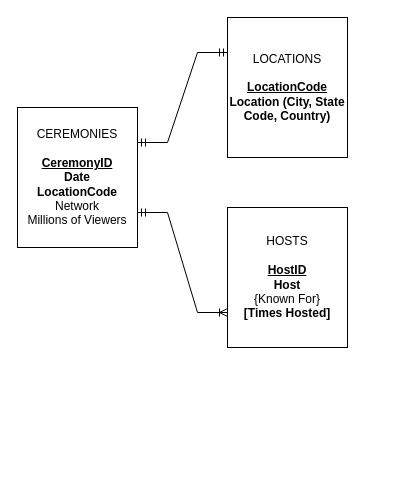
The draw.io diagram page "Question 2" (2 of 2) of Morrow_Homework1_Final.drawio in ryan-j-morrow/BAIS-3200-Database-Management, before the edit. Source tidied: cells renumbered, new cells numbered last; positions are measured from the earlier drawing's top-left corner, leaving out a move shared by most shapes. Both pictures are drawn from the tidied source at 100%, with x=0, y=0 at pixel (17, 17).
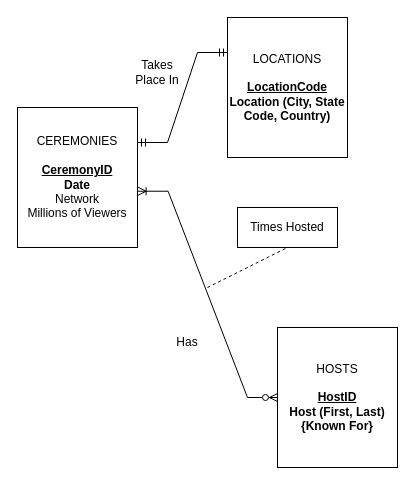
Above is the later version.

Diff of the diagram source:
```diff
@@
 <mxGraphModel>
   <root>
     <mxCell id="0" />
     <mxCell id="1" parent="0" />
-    <mxCell id="2" value="&lt;div&gt;CEREMONIES&lt;/div&gt;&lt;div&gt;&lt;br&gt;&lt;/div&gt;&lt;div&gt;&lt;u&gt;&lt;b&gt;CeremonyID&lt;/b&gt;&lt;/u&gt;&lt;/div&gt;&lt;div&gt;&lt;b&gt;Date&lt;/b&gt;&lt;/div&gt;&lt;div&gt;&lt;b&gt;LocationCode&lt;/b&gt;&lt;/div&gt;&lt;div&gt;Network&lt;/div&gt;&lt;div&gt;Millions of Viewers&lt;/div&gt;" style="whiteSpace=wrap;html=1;align=center;" parent="1" vertex="1">
+    <mxCell id="2" value="&lt;div&gt;CEREMONIES&lt;/div&gt;&lt;div&gt;&lt;br&gt;&lt;/div&gt;&lt;div&gt;&lt;u&gt;&lt;b&gt;CeremonyID&lt;/b&gt;&lt;/u&gt;&lt;/div&gt;&lt;div&gt;&lt;b&gt;Date&lt;/b&gt;&lt;/div&gt;&lt;div&gt;Network&lt;/div&gt;&lt;div&gt;Millions of Viewers&lt;/div&gt;" style="whiteSpace=wrap;html=1;align=center;" parent="1" vertex="1">
       <mxGeometry y="90" width="120" height="140" as="geometry" />
     </mxCell>
     <mxCell id="3" value="&lt;div&gt;LOCATIONS&lt;/div&gt;&lt;div&gt;&lt;u style=&quot;background-color: initial;&quot;&gt;&lt;b&gt;&lt;br&gt;&lt;/b&gt;&lt;/u&gt;&lt;/div&gt;&lt;div&gt;&lt;u style=&quot;background-color: initial;&quot;&gt;&lt;b&gt;LocationCode&lt;/b&gt;&lt;/u&gt;&lt;/div&gt;&lt;div&gt;&lt;b&gt;Location (City, State Code, Country)&lt;/b&gt;&lt;/div&gt;" style="whiteSpace=wrap;html=1;align=center;" parent="1" vertex="1">
       <mxGeometry x="210" width="120" height="140" as="geometry" />
     </mxCell>
-    <mxCell id="4" value="&lt;div&gt;HOSTS&lt;/div&gt;&lt;div&gt;&lt;br&gt;&lt;/div&gt;&lt;div&gt;&lt;u&gt;&lt;b&gt;HostID&lt;/b&gt;&lt;/u&gt;&lt;/div&gt;&lt;div&gt;&lt;b&gt;Host&lt;/b&gt;&lt;/div&gt;&lt;div&gt;{Known For}&lt;/div&gt;&lt;div&gt;&lt;b&gt;[Times Hosted]&lt;/b&gt;&lt;/div&gt;" style="whiteSpace=wrap;html=1;align=center;" parent="1" vertex="1">
-      <mxGeometry x="210" y="190" width="120" height="140" as="geometry" />
+    <mxCell id="4" value="&lt;div&gt;HOSTS&lt;/div&gt;&lt;div&gt;&lt;br&gt;&lt;/div&gt;&lt;div&gt;&lt;u&gt;&lt;b&gt;HostID&lt;/b&gt;&lt;/u&gt;&lt;/div&gt;&lt;div&gt;&lt;b&gt;Host (First, Last)&lt;/b&gt;&lt;/div&gt;&lt;div&gt;&lt;b&gt;{Known For}&lt;/b&gt;&lt;/div&gt;" style="whiteSpace=wrap;html=1;align=center;" parent="1" vertex="1">
+      <mxGeometry x="260" y="310" width="120" height="140" as="geometry" />
     </mxCell>
     <mxCell id="5" style="edgeStyle=entityRelationEdgeStyle;fontSize=12;html=1;endArrow=ERmandOne;startArrow=ERmandOne;rounded=0;exitX=1;exitY=0.25;exitDx=0;exitDy=0;entryX=0;entryY=0.25;entryDx=0;entryDy=0;" parent="1" edge="1" source="2" target="3">
       <mxGeometry relative="1" as="geometry" />
     </mxCell>
-    <mxCell id="6" style="edgeStyle=entityRelationEdgeStyle;fontSize=12;html=1;endArrow=ERoneToMany;startArrow=ERmandOne;rounded=0;endFill=0;entryX=0;entryY=0.75;entryDx=0;entryDy=0;exitX=1;exitY=0.75;exitDx=0;exitDy=0;" parent="1" edge="1" source="2" target="4">
+    <mxCell id="6" style="edgeStyle=entityRelationEdgeStyle;fontSize=12;html=1;endArrow=ERzeroToMany;startArrow=ERoneToMany;rounded=0;endFill=0;exitX=1.005;exitY=0.598;exitDx=0;exitDy=0;exitPerimeter=0;entryX=0;entryY=0.5;entryDx=0;entryDy=0;" parent="1" edge="1" source="2" target="4">
       <mxGeometry relative="1" as="geometry" />
     </mxCell>
+    <mxCell id="7" value="Takes Place In" style="text;html=1;strokeColor=none;fillColor=none;align=center;verticalAlign=middle;whiteSpace=wrap;rounded=0;" parent="1" vertex="1">
+      <mxGeometry x="110" y="40" width="60" height="30" as="geometry" />
+    </mxCell>
+    <mxCell id="8" value="Has" style="text;html=1;strokeColor=none;fillColor=none;align=center;verticalAlign=middle;whiteSpace=wrap;rounded=0;" parent="1" vertex="1">
+      <mxGeometry x="140" y="310" width="60" height="30" as="geometry" />
+    </mxCell>
+    <mxCell id="9" value="Times Hosted" style="whiteSpace=wrap;html=1;align=center;" parent="1" vertex="1">
+      <mxGeometry x="220" y="190" width="100" height="40" as="geometry" />
+    </mxCell>
+    <mxCell id="10" style="endArrow=none;dashed=1;html=1;rounded=0;entryX=0.5;entryY=1;entryDx=0;entryDy=0;" parent="1" edge="1" target="9">
+      <mxGeometry relative="1" as="geometry">
+        <mxPoint x="190" y="270" as="sourcePoint" />
+      </mxGeometry>
+    </mxCell>
   </root>
 </mxGraphModel>
```
